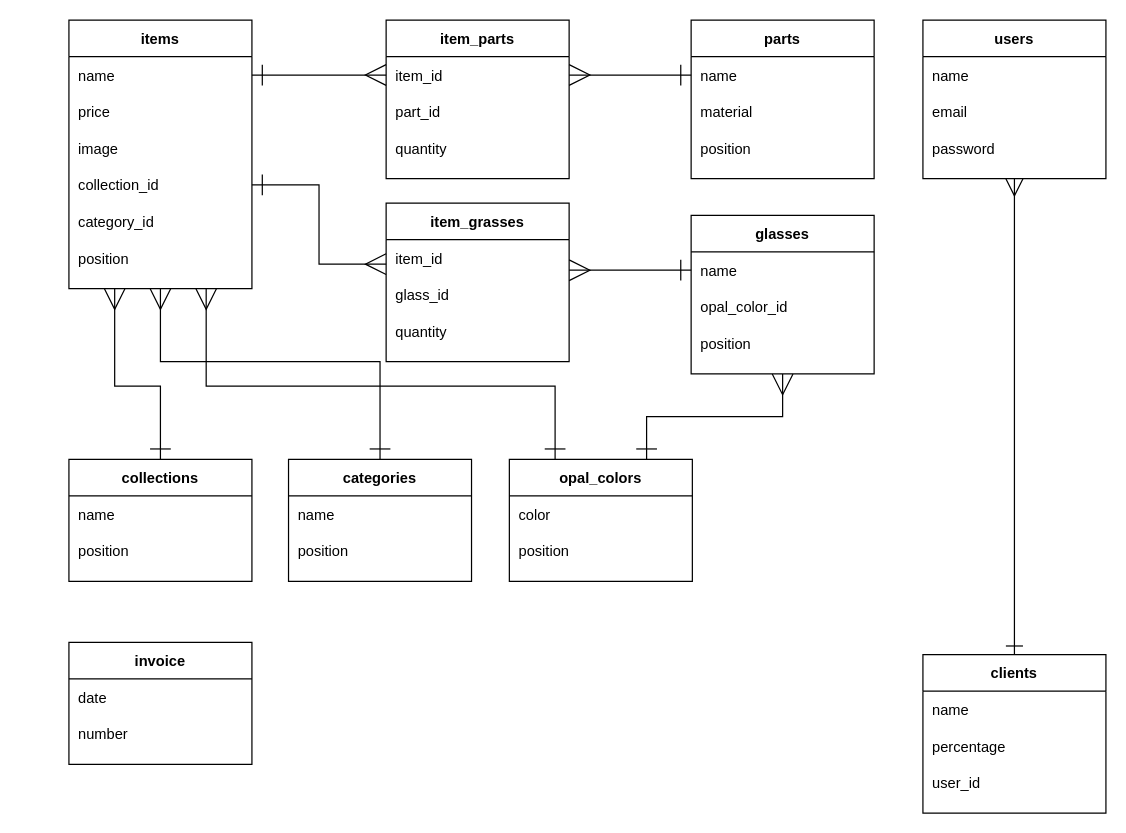
Before: ER.dio in KentaroKageyama/aio_app, a draw.io diagram. Source tidied: cells renumbered, new cells numbered last; positions are measured from the earlier drawing's top-left corner, leaving out a move shared by most shapes. Both pictures are drawn from the tidied source at 122%, with x=0, y=0 at pixel (68, 20).
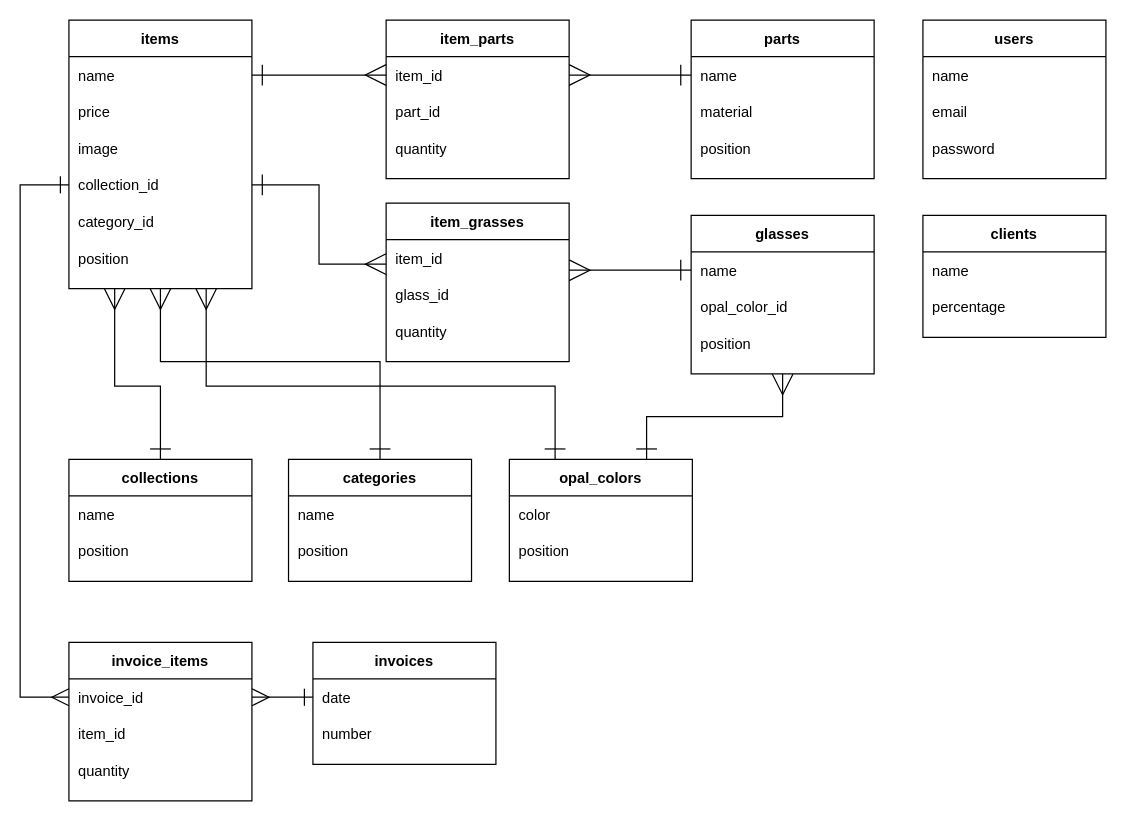
Above is the later version.

The change refers to these unchanged cells:
```xml
<mxCell id="12" style="shape=partialRectangle;fillColor=none;top=0;left=0;bottom=0;right=0;points=[[0,0.5],[1,0.5]];portConstraint=eastwest;" parent="5" vertex="1">
  <mxGeometry y="120" width="150" height="30" as="geometry" />
</mxCell>
<mxCell id="50" value="users" style="shape=table;startSize=30;childLayout=tableLayout;rowLines=0;fontStyle=1;align=center;" parent="1" vertex="1">
  <mxGeometry x="700" width="150" height="130" as="geometry" />
</mxCell>
<mxCell id="82" style="shape=partialRectangle;fillColor=none;top=0;left=0;bottom=0;right=0;points=[[0,0.5],[1,0.5]];portConstraint=eastwest;" parent="81" vertex="1">
  <mxGeometry y="30" width="150" height="30" as="geometry" />
</mxCell>
```

Diff of the diagram source:
```diff
@@
-    <mxCell id="73" style="edgeStyle=orthogonalEdgeStyle;rounded=0;jettySize=auto;html=1;exitX=0.5;exitY=0;exitDx=0;exitDy=0;entryX=0.5;entryY=1;entryDx=0;entryDy=0;endArrow=ERmany;endFill=0;startArrow=ERone;startFill=0;endSize=12;startSize=12;" parent="1" edge="1" source="74" target="50">
-      <mxGeometry relative="1" as="geometry" />
-    </mxCell>
     <mxCell id="74" value="clients" style="shape=table;startSize=30;childLayout=tableLayout;rowLines=0;fontStyle=1;align=center;" parent="1" vertex="1">
-      <mxGeometry x="700" y="520" width="150" height="130" as="geometry" />
+      <mxGeometry x="700" y="160" width="150" height="100" as="geometry" />
     </mxCell>
@@
-    <mxCell id="79" style="shape=partialRectangle;fillColor=none;top=0;left=0;bottom=0;right=0;" parent="74" vertex="1">
-      <mxGeometry y="90" width="150" height="30" as="geometry" />
-    </mxCell>
-    <mxCell id="80" value="user_id" style="shape=partialRectangle;fillColor=none;top=0;left=0;bottom=0;right=0;align=left;spacingLeft=6;overflow=hidden;" parent="79" vertex="1">
-      <mxGeometry width="150" height="30" as="geometry" />
-    </mxCell>
-    <mxCell id="81" value="invoice" style="shape=table;startSize=30;childLayout=tableLayout;rowLines=0;fontStyle=1;align=center;" parent="1" vertex="1">
-      <mxGeometry y="510" width="150" height="100" as="geometry" />
+    <mxCell id="81" value="invoices" style="shape=table;startSize=30;childLayout=tableLayout;rowLines=0;fontStyle=1;align=center;" parent="1" vertex="1">
+      <mxGeometry x="200" y="510" width="150" height="100" as="geometry" />
     </mxCell>
@@
+    <mxCell id="86" value="invoice_items" style="shape=table;startSize=30;childLayout=tableLayout;rowLines=0;fontStyle=1;align=center;" parent="1" vertex="1">
+      <mxGeometry y="510" width="150" height="130" as="geometry" />
+    </mxCell>
+    <mxCell id="87" style="shape=partialRectangle;fillColor=none;top=0;left=0;bottom=0;right=0;points=[[0,0.5],[1,0.5]];portConstraint=eastwest;" parent="86" vertex="1">
+      <mxGeometry y="30" width="150" height="30" as="geometry" />
+    </mxCell>
+    <mxCell id="88" value="invoice_id" style="shape=partialRectangle;fillColor=none;top=0;left=0;bottom=0;right=0;align=left;spacingLeft=6;overflow=hidden;" parent="87" vertex="1">
+      <mxGeometry width="150" height="30" as="geometry" />
+    </mxCell>
+    <mxCell id="89" style="shape=partialRectangle;fillColor=none;top=0;left=0;bottom=0;right=0;" parent="86" vertex="1">
+      <mxGeometry y="60" width="150" height="30" as="geometry" />
+    </mxCell>
+    <mxCell id="90" value="item_id" style="shape=partialRectangle;fillColor=none;top=0;left=0;bottom=0;right=0;align=left;spacingLeft=6;overflow=hidden;" parent="89" vertex="1">
+      <mxGeometry width="150" height="30" as="geometry" />
+    </mxCell>
+    <mxCell id="79" style="shape=partialRectangle;fillColor=none;top=0;left=0;bottom=0;right=0;" parent="86" vertex="1">
+      <mxGeometry y="90" width="150" height="30" as="geometry" />
+    </mxCell>
+    <mxCell id="91" value="quantity" style="shape=partialRectangle;fillColor=none;top=0;left=0;bottom=0;right=0;align=left;spacingLeft=6;overflow=hidden;" parent="79" vertex="1">
+      <mxGeometry width="150" height="30" as="geometry" />
+    </mxCell>
+    <mxCell id="92" style="edgeStyle=orthogonalEdgeStyle;rounded=0;jettySize=auto;html=1;exitX=0;exitY=0.5;exitDx=0;exitDy=0;entryX=0;entryY=0.5;entryDx=0;entryDy=0;endArrow=ERmany;endFill=0;startArrow=ERone;startFill=0;endSize=12;startSize=12;" parent="1" edge="1" source="12" target="87">
+      <mxGeometry relative="1" as="geometry">
+        <Array as="points">
+          <mxPoint x="-40" y="135" />
+          <mxPoint x="-40" y="555" />
+        </Array>
+      </mxGeometry>
+    </mxCell>
+    <mxCell id="93" style="edgeStyle=orthogonalEdgeStyle;rounded=0;jettySize=auto;html=1;exitX=0;exitY=0.5;exitDx=0;exitDy=0;entryX=1;entryY=0.5;entryDx=0;entryDy=0;endArrow=ERmany;endFill=0;startArrow=ERone;startFill=0;endSize=12;startSize=12;" parent="1" edge="1" source="82" target="87">
+      <mxGeometry relative="1" as="geometry" />
+    </mxCell>
```
